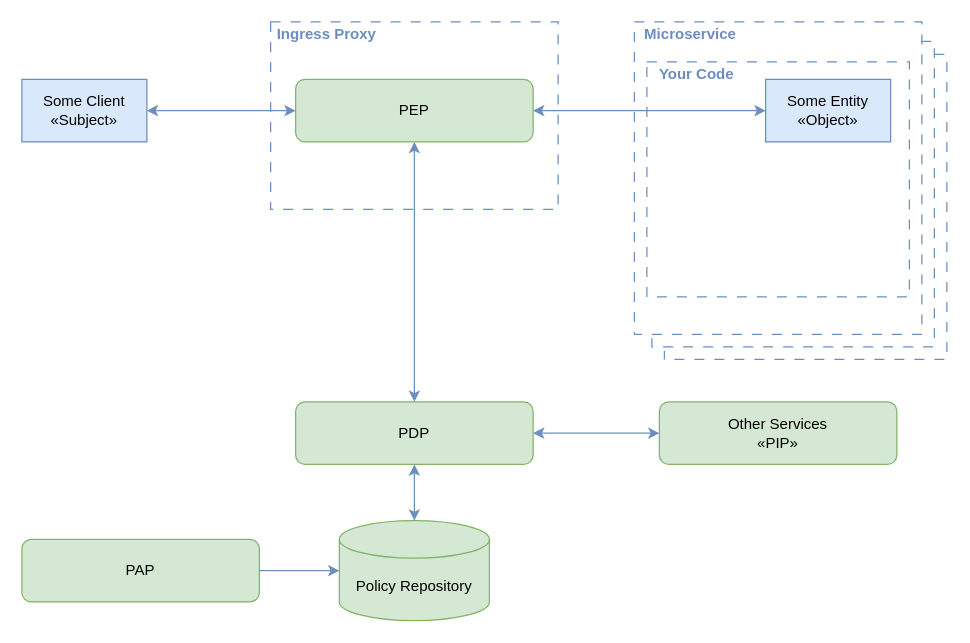
This is assets/Edge_Level_Authorization_Classic.drawio from dadrus/CheatSheetSeries, a draw.io file, before an edit. Source tidied: cells renumbered, new cells numbered last; positions are measured from the earlier drawing's top-left corner, leaving out a move shared by most shapes. Both pictures are drawn from the tidied source at 125%, with x=0, y=0 at pixel (21, 21).
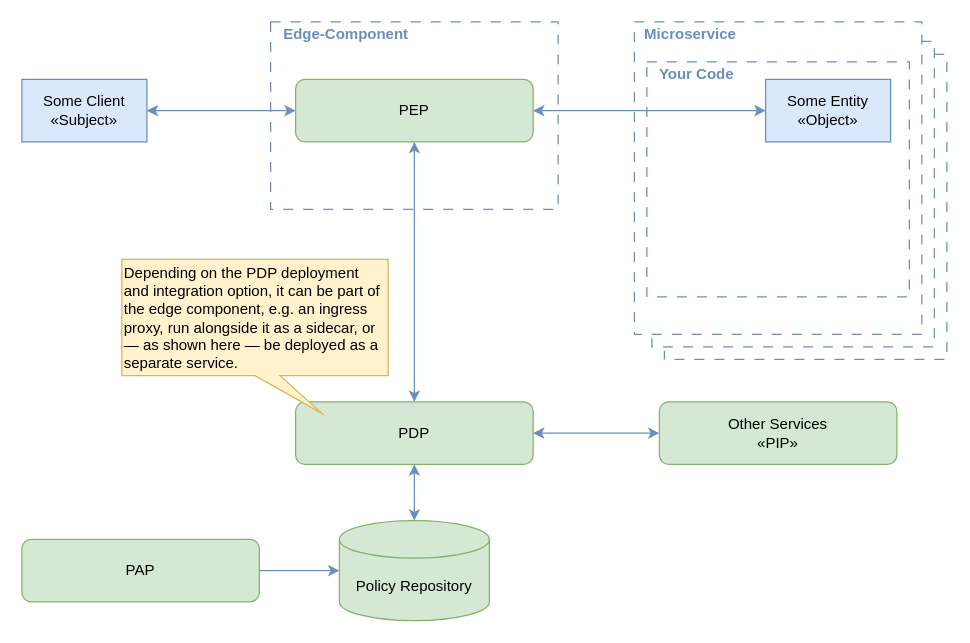
The same page after the edit.

Diff of the diagram source:
```diff
@@
-    <mxCell id="20" value="Ingress Proxy" style="text;html=1;align=center;verticalAlign=middle;whiteSpace=wrap;rounded=0;fillColor=none;fontColor=#6C8EBF;fontStyle=1;" parent="1" vertex="1">
-      <mxGeometry x="199" width="90" height="19" as="geometry" />
+    <mxCell id="20" value="Edge-Component" style="text;html=1;align=center;verticalAlign=middle;whiteSpace=wrap;rounded=0;fillColor=none;fontColor=#6C8EBF;fontStyle=1;" parent="1" vertex="1">
+      <mxGeometry x="199" width="121" height="19" as="geometry" />
     </mxCell>
@@
+    <mxCell id="23" value="Depending on the PDP deployment and integration option, it can be part of the edge component, e.g. an ingress proxy, run alongside it as a sidecar, or — as shown here — be deployed as a separate service." style="shape=callout;whiteSpace=wrap;html=1;perimeter=calloutPerimeter;position2=0.75;fillColor=#fff2cc;strokeColor=#d6b656;align=left;" parent="1" vertex="1">
+      <mxGeometry x="80" y="190" width="213" height="123" as="geometry" />
+    </mxCell>
```
